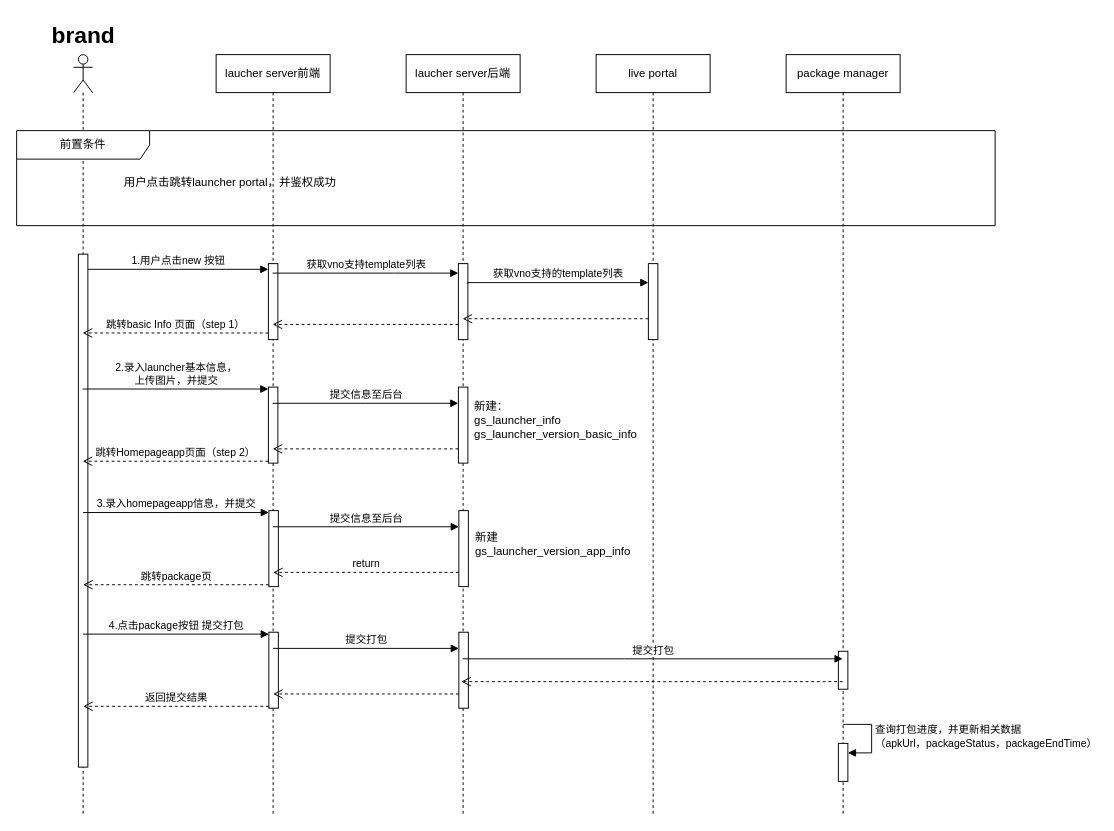
Before: page "launcher-新建launcher" (8 of 10) of 未命名绘图.drawio in beixiaohai/zerotrust, a draw.io diagram. Source tidied: cells renumbered, new cells numbered last; positions are measured from the earlier drawing's top-left corner, leaving out a move shared by most shapes. Both pictures are drawn from the tidied source at 95%, with x=0, y=0 at pixel (16, 16).
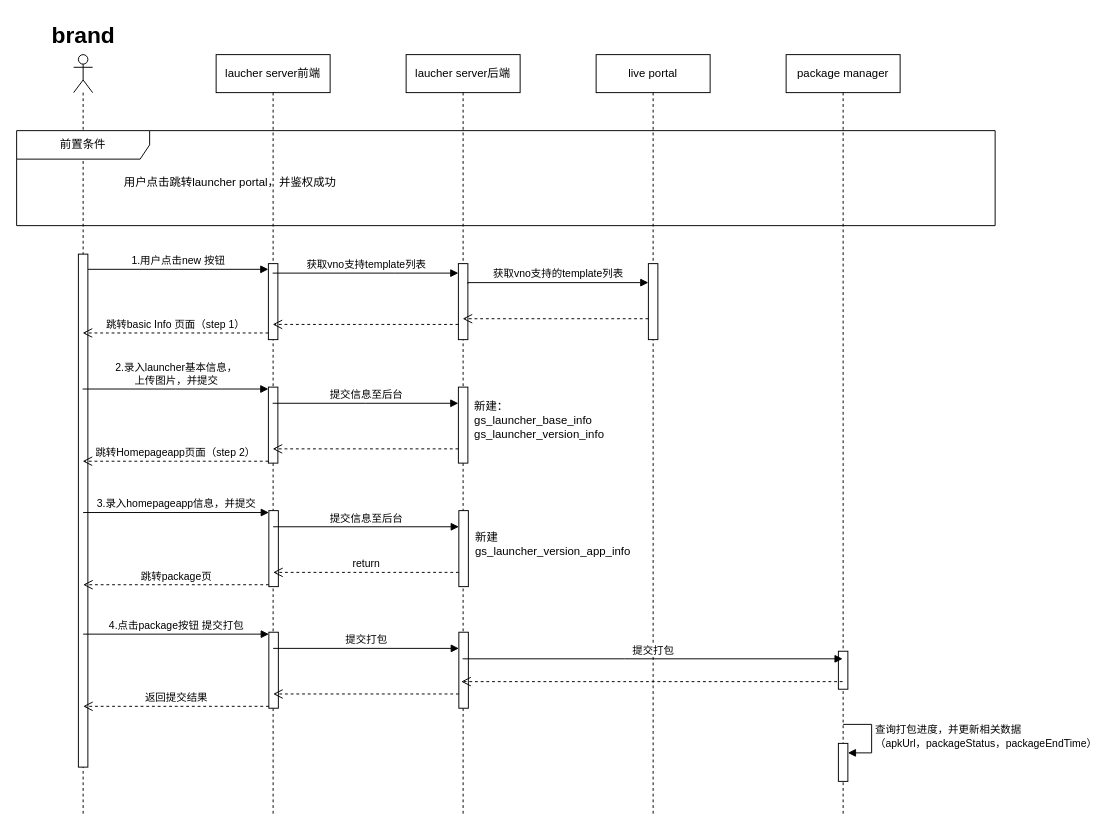
Above is the later version.

Commit message:
更新未命名绘图.drawio

The edit, as a diff of the source:
```diff
@@
-    <mxCell id="29" value="新建：&lt;br&gt;gs_launcher_info&lt;br&gt;gs_launcher_version_basic_info" style="text;html=1;strokeColor=none;fillColor=none;align=left;verticalAlign=middle;whiteSpace=wrap;rounded=0;" parent="1" vertex="1">
+    <mxCell id="29" value="新建：&lt;br&gt;gs_launcher_base_info&lt;br&gt;gs_launcher_version_info" style="text;html=1;strokeColor=none;fillColor=none;align=left;verticalAlign=middle;whiteSpace=wrap;rounded=0;" parent="1" vertex="1">
       <mxGeometry x="480" y="410" width="200" height="30" as="geometry" />
     </mxCell>
```
